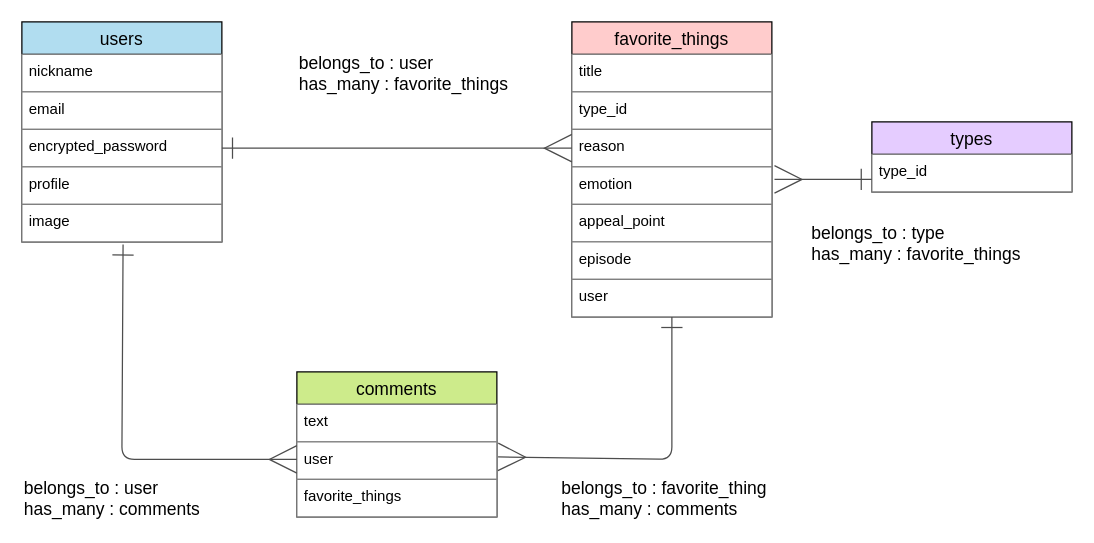
Above: ER.dio in misuzu5/favorite-things-100 (draw.io), before the change. Source tidied: cells renumbered, new cells numbered last; positions are measured from the earlier drawing's top-left corner, leaving out a move shared by most shapes. Both pictures are drawn from the tidied source at 125%, with x=0, y=0 at pixel (21, 21).
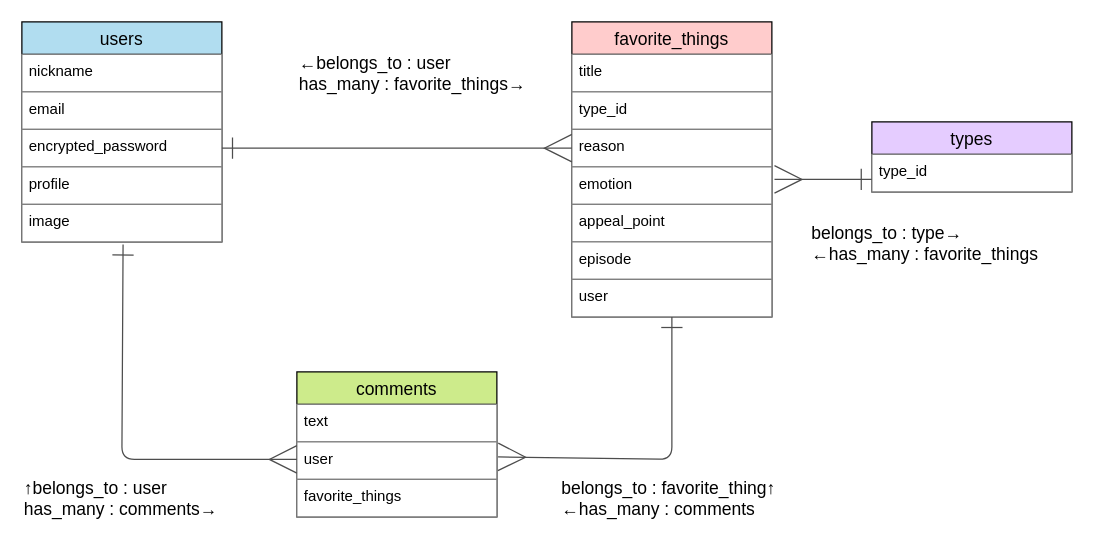
After the change.

The change refers to these unchanged cells:
```xml
<mxCell id="22" style="edgeStyle=none;rounded=1;jumpStyle=none;html=1;fontColor=#FFFFFF;startArrow=ERone;startFill=0;endArrow=ERmany;endFill=0;startSize=15;endSize=20;strokeColor=#4D4D4D;strokeWidth=1;entryX=1.006;entryY=0.4;entryDx=0;entryDy=0;entryPerimeter=0;" parent="1" edge="1" source="15" target="18">
  <mxGeometry relative="1" as="geometry">
    <Array as="points">
      <mxPoint x="520" y="350" />
    </Array>
  </mxGeometry>
</mxCell>
```

The edit, as a diff of the source:
```diff
@@
-    <mxCell id="23" value="&lt;font style=&quot;font-size: 14px&quot;&gt;belongs_to : favorite_thing&lt;br&gt;has_many : comments&lt;/font&gt;" style="edgeLabel;html=1;align=left;verticalAlign=middle;fontColor=#000000;labelBackgroundColor=none;" parent="22" vertex="1">
+    <mxCell id="23" value="&lt;font style=&quot;font-size: 14px&quot;&gt;belongs_to : favorite_thing↑&lt;br&gt;←has_many : comments&lt;/font&gt;" style="edgeLabel;html=1;align=left;verticalAlign=middle;fontColor=#000000;labelBackgroundColor=none;" parent="22" vertex="1">
       <mxGeometry x="-0.55" y="1" relative="1" as="geometry">
         <mxPoint x="-91" y="87" as="offset" />
       </mxGeometry>
     </mxCell>
-    <mxCell id="24" value="&lt;font style=&quot;font-size: 14px&quot;&gt;belongs_to : user&lt;br&gt;has_many : comments&lt;/font&gt;" style="edgeLabel;html=1;align=left;verticalAlign=middle;fontColor=#000000;labelBackgroundColor=none;" parent="1" vertex="1">
+    <mxCell id="24" value="&lt;font style=&quot;font-size: 14px&quot;&gt;↑belongs_to : user&lt;br&gt;has_many : comments→&lt;/font&gt;" style="edgeLabel;html=1;align=left;verticalAlign=middle;fontColor=#000000;labelBackgroundColor=none;" parent="1" vertex="1">
       <mxGeometry y="380" as="geometry" />
     </mxCell>
-    <mxCell id="25" value="&lt;font style=&quot;font-size: 14px&quot;&gt;belongs_to : user&lt;br&gt;has_many : favorite_things&lt;/font&gt;" style="edgeLabel;html=1;align=left;verticalAlign=middle;fontColor=#000000;labelBackgroundColor=none;" parent="1" vertex="1">
+    <mxCell id="25" value="&lt;font style=&quot;font-size: 14px&quot;&gt;←belongs_to : user&lt;br&gt;has_many : favorite_things→&lt;/font&gt;" style="edgeLabel;html=1;align=left;verticalAlign=middle;fontColor=#000000;labelBackgroundColor=none;" parent="1" vertex="1">
       <mxGeometry x="220" y="40" as="geometry" />
     </mxCell>
@@
-    <mxCell id="29" value="&lt;font style=&quot;font-size: 14px&quot;&gt;belongs_to :&amp;nbsp;&lt;span style=&quot;text-align: center&quot;&gt;type&lt;/span&gt;&lt;br&gt;has_many : favorite_things&lt;/font&gt;" style="edgeLabel;html=1;align=left;verticalAlign=middle;fontColor=#000000;labelBackgroundColor=none;" parent="1" vertex="1">
+    <mxCell id="29" value="&lt;font style=&quot;font-size: 14px&quot;&gt;belongs_to :&amp;nbsp;&lt;span style=&quot;text-align: center&quot;&gt;type→&lt;/span&gt;&lt;br&gt;←has_many : favorite_things&lt;/font&gt;" style="edgeLabel;html=1;align=left;verticalAlign=middle;fontColor=#000000;labelBackgroundColor=none;" parent="1" vertex="1">
       <mxGeometry x="630" y="176" as="geometry" />
     </mxCell>
```
